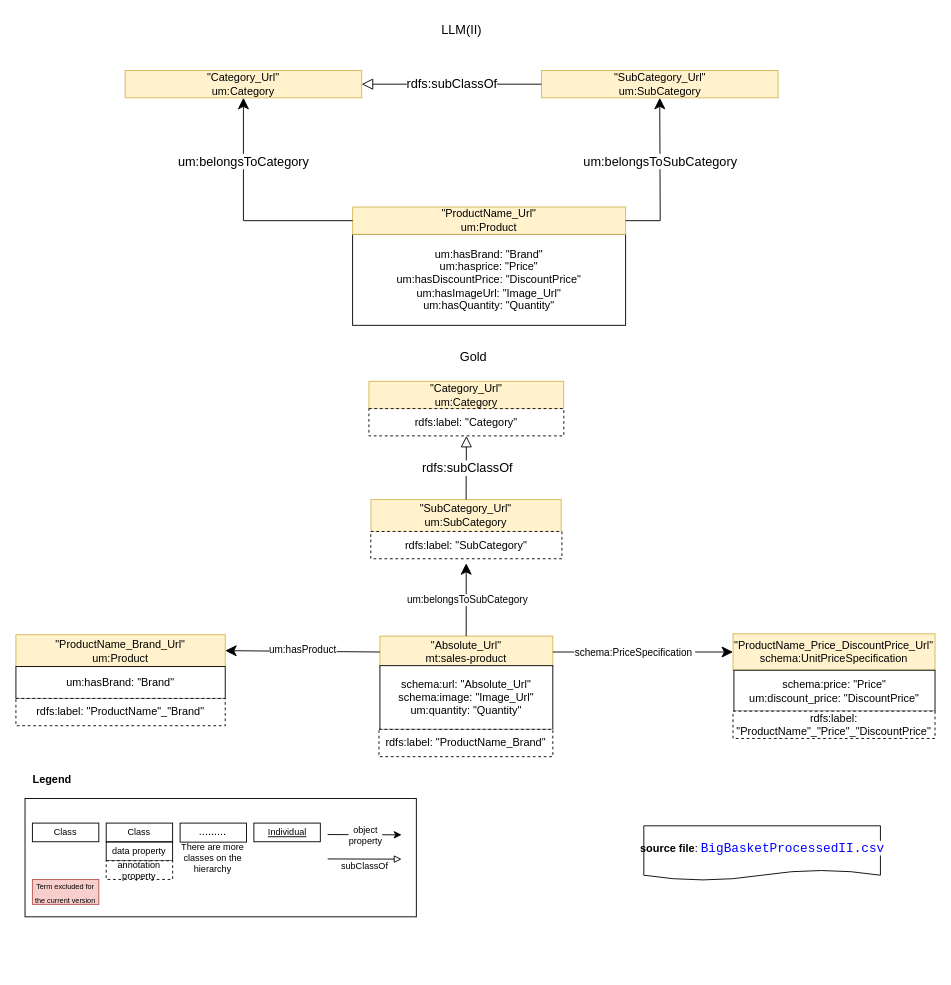
Before: page "Gold-LLM" (3 of 16) of BigBasketProducts/Figures/bigBasketProducts.drawio in tecnomod-um/EvaluationGraphAlignmentMethods, a draw.io diagram. Source tidied: cells renumbered, new cells numbered last; positions are measured from the earlier drawing's top-left corner, leaving out a move shared by most shapes. Both pictures are drawn from the tidied source at 91%, with x=0, y=0 at pixel (15, 15).
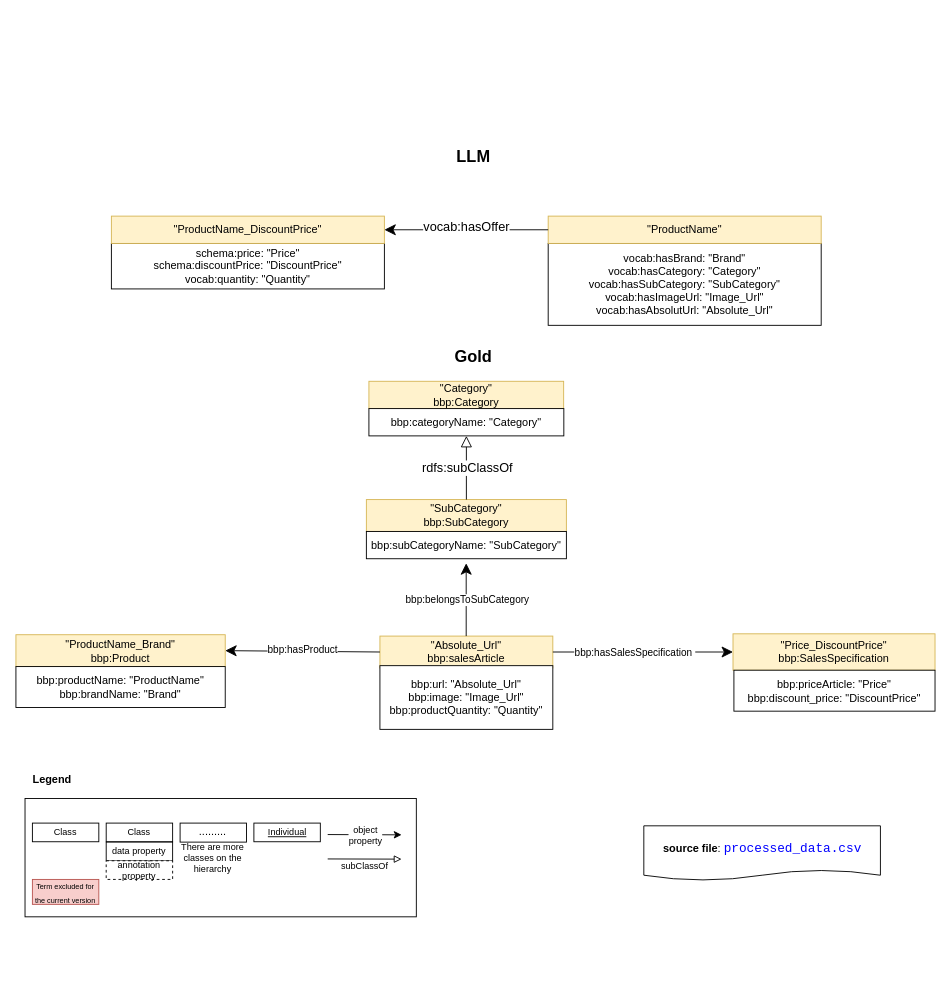
Above is the later version.

Change to the diagram source:
```diff
@@
-    <mxCell id="15" value="Gold" style="text;html=1;strokeColor=none;fillColor=none;align=center;verticalAlign=middle;whiteSpace=wrap;rounded=0;dashed=1;fontSize=14;" parent="1" vertex="1">
+    <mxCell id="15" value="&lt;font style=&quot;font-size: 18px;&quot;&gt;&lt;b style=&quot;&quot;&gt;Gold&lt;/b&gt;&lt;/font&gt;" style="text;html=1;strokeColor=none;fillColor=none;align=center;verticalAlign=middle;whiteSpace=wrap;rounded=0;dashed=1;fontSize=14;" parent="1" vertex="1">
       <mxGeometry x="472.8" y="360" width="60" height="30" as="geometry" />
     </mxCell>
-    <mxCell id="16" value="um:hasBrand: &quot;Brand&quot;&lt;br&gt;um:hasprice: &quot;Price&quot;&lt;br&gt;um:hasDiscountPrice: &quot;DiscountPrice&quot;&lt;br&gt;um:hasImageUrl: &quot;Image_Url&quot;&lt;br&gt;um:hasQuantity: &quot;Quantity&quot;" style="rounded=0;whiteSpace=wrap;html=1;" parent="1" vertex="1">
-      <mxGeometry x="370" y="240" width="300" height="100" as="geometry" />
-    </mxCell>
-    <mxCell id="17" value="&quot;ProductName_Url&quot;&lt;br&gt;um:Product" style="rounded=0;whiteSpace=wrap;html=1;labelBackgroundColor=none;fillColor=#fff2cc;strokeColor=#d6b656;noLabel=0;" parent="1" vertex="1">
-      <mxGeometry x="370" y="210" width="300" height="30" as="geometry" />
-    </mxCell>
-    <mxCell id="18" value="LLM(II)" style="text;html=1;strokeColor=none;fillColor=none;align=center;verticalAlign=middle;whiteSpace=wrap;rounded=0;dashed=1;fontSize=14;" parent="1" vertex="1">
-      <mxGeometry x="460" width="60" height="30" as="geometry" />
-    </mxCell>
-    <mxCell id="19" value="&quot;Category_Url&quot;&lt;br&gt;um:Category" style="rounded=0;whiteSpace=wrap;html=1;labelBackgroundColor=none;fillColor=#fff2cc;strokeColor=#d6b656;noLabel=0;" parent="1" vertex="1">
-      <mxGeometry x="120" y="60" width="260" height="30" as="geometry" />
-    </mxCell>
-    <mxCell id="20" value="&quot;SubCategory_Url&quot;&lt;br&gt;um:SubCategory" style="rounded=0;whiteSpace=wrap;html=1;labelBackgroundColor=none;fillColor=#fff2cc;strokeColor=#d6b656;noLabel=0;" parent="1" vertex="1">
-      <mxGeometry x="577.5" y="60" width="260" height="30" as="geometry" />
-    </mxCell>
-    <mxCell id="21" value="um:belongsToCategory" style="endArrow=classic;html=1;rounded=0;fontSize=14;entryX=0.5;entryY=1;entryDx=0;entryDy=0;exitX=0;exitY=0.5;exitDx=0;exitDy=0;endSize=10;" parent="1" edge="1" source="17" target="19">
-      <mxGeometry x="0.45" relative="1" as="geometry">
-        <Array as="points">
-          <mxPoint x="250" y="225" />
-        </Array>
-      </mxGeometry>
-    </mxCell>
-    <mxCell id="22" value="um:belongsToSubCategory" style="endArrow=classic;html=1;rounded=0;fontSize=14;entryX=0.5;entryY=1;entryDx=0;entryDy=0;exitX=1;exitY=0.5;exitDx=0;exitDy=0;endSize=10;" parent="1" edge="1" source="17" target="20">
-      <mxGeometry x="0.19" relative="1" as="geometry">
-        <Array as="points">
-          <mxPoint x="708" y="225" />
-        </Array>
-      </mxGeometry>
-    </mxCell>
-    <mxCell id="23" value="rdfs:subClassOf" style="endArrow=block;html=1;rounded=0;fontSize=14;entryX=1;entryY=0.5;entryDx=0;entryDy=0;exitX=0;exitY=0.5;exitDx=0;exitDy=0;endFill=0;strokeWidth=1;endSize=10;" parent="1" edge="1" source="20" target="19">
-      <mxGeometry relative="1" as="geometry" />
-    </mxCell>
-    <mxCell id="24" value="&quot;Absolute_Url&quot;&lt;br&gt;mt:sales-product" style="rounded=0;whiteSpace=wrap;html=1;labelBackgroundColor=none;fillColor=#fff2cc;strokeColor=#d6b656;noLabel=0;" parent="1" vertex="1">
-      <mxGeometry x="400" y="681.5" width="190" height="35" as="geometry" />
-    </mxCell>
-    <mxCell id="25" value="&quot;ProductName_Price_DiscountPrice_Url&quot;&lt;br&gt;schema:UnitPriceSpecification" style="rounded=0;whiteSpace=wrap;html=1;labelBackgroundColor=none;fillColor=#fff2cc;strokeColor=#d6b656;noLabel=0;" parent="1" vertex="1">
-      <mxGeometry x="788" y="679" width="222" height="40" as="geometry" />
-    </mxCell>
-    <mxCell id="26" style="endArrow=classic;html=1;exitX=1;exitY=0.5;exitDx=0;exitDy=0;entryX=0;entryY=0.5;entryDx=0;entryDy=0;rounded=0;endSize=10;startArrow=none;startFill=0;targetPerimeterSpacing=10;" parent="1" edge="1" source="24" target="25">
-      <mxGeometry relative="1" as="geometry" />
-    </mxCell>
-    <mxCell id="27" value="schema:PriceSpecification&amp;nbsp;" style="edgeLabel;html=1;align=center;verticalAlign=middle;" parent="26" vertex="1">
-      <mxGeometry x="-0.29" relative="1" as="geometry">
-        <mxPoint x="19" as="offset" />
-      </mxGeometry>
-    </mxCell>
-    <mxCell id="28" value="schema:price: &quot;Price&quot;&lt;br&gt;um:discount_price: &quot;DiscountPrice&quot;" style="rounded=0;whiteSpace=wrap;html=1;" parent="1" vertex="1">
-      <mxGeometry x="789" y="719" width="221" height="45" as="geometry" />
-    </mxCell>
-    <mxCell id="29" value="&quot;ProductName_Brand_Url&quot;&lt;br&gt;um:Product" style="rounded=0;whiteSpace=wrap;html=1;labelBackgroundColor=none;fillColor=#fff2cc;strokeColor=#d6b656;noLabel=0;" parent="1" vertex="1">
-      <mxGeometry y="680" width="230" height="35" as="geometry" />
-    </mxCell>
-    <mxCell id="30" value="um:hasBrand: &quot;Brand&quot;" style="rounded=0;whiteSpace=wrap;html=1;" parent="1" vertex="1">
-      <mxGeometry y="715" width="230" height="35" as="geometry" />
-    </mxCell>
-    <mxCell id="31" value="um:hasProduct" style="endArrow=classic;html=1;exitX=0;exitY=0.5;exitDx=0;exitDy=0;entryX=1;entryY=0.5;entryDx=0;entryDy=0;rounded=0;endSize=10;startArrow=none;startFill=0;startSize=7;" parent="1" edge="1" source="24" target="29">
-      <mxGeometry y="-1" relative="1" as="geometry" />
-    </mxCell>
-    <mxCell id="32" value="schema:url: &quot;Absolute_Url&quot;&lt;br&gt;schema:image: &quot;Image_Url&quot;&lt;br&gt;um:quantity: &quot;Quantity&quot;" style="rounded=0;whiteSpace=wrap;html=1;" parent="1" vertex="1">
-      <mxGeometry x="400" y="714" width="190" height="70" as="geometry" />
-    </mxCell>
-    <mxCell id="33" value="&quot;Category_Url&quot;&lt;br&gt;um:Category" style="rounded=0;whiteSpace=wrap;html=1;labelBackgroundColor=none;fillColor=#fff2cc;strokeColor=#d6b656;noLabel=0;" parent="1" vertex="1">
-      <mxGeometry x="387.9" y="401.5" width="214" height="30" as="geometry" />
-    </mxCell>
-    <mxCell id="34" value="&quot;SubCategory_Url&quot;&lt;br&gt;um:SubCategory" style="rounded=0;whiteSpace=wrap;html=1;labelBackgroundColor=none;fillColor=#fff2cc;strokeColor=#d6b656;noLabel=0;" parent="1" vertex="1">
-      <mxGeometry x="390.2" y="531.5" width="209" height="35" as="geometry" />
-    </mxCell>
-    <mxCell id="35" value="um:belongsToSubCategory" style="endArrow=classic;html=1;exitX=0.5;exitY=0;exitDx=0;exitDy=0;entryX=0.5;entryY=1;entryDx=0;entryDy=0;rounded=0;endSize=10;startArrow=none;startFill=0;startSize=7;" parent="1" edge="1">
-      <mxGeometry y="-1" relative="1" as="geometry">
-        <mxPoint x="494.8" y="681.5" as="sourcePoint" />
-        <mxPoint x="494.8" y="601.5" as="targetPoint" />
-      </mxGeometry>
-    </mxCell>
+    <mxCell id="43" value="&quot;Absolute_Url&quot;&lt;br&gt;bbp:salesArticle" style="rounded=0;whiteSpace=wrap;html=1;labelBackgroundColor=none;fillColor=#fff2cc;strokeColor=#d6b656;noLabel=0;" parent="1" vertex="1">
+      <mxGeometry x="400" y="681.5" width="190" height="35" as="geometry" />
+    </mxCell>
+    <mxCell id="44" value="&quot;Price_DiscountPrice&quot;&lt;br&gt;bbp:SalesSpecification" style="rounded=0;whiteSpace=wrap;html=1;labelBackgroundColor=none;fillColor=#fff2cc;strokeColor=#d6b656;noLabel=0;" parent="1" vertex="1">
+      <mxGeometry x="788" y="679" width="222" height="40" as="geometry" />
+    </mxCell>
+    <mxCell id="45" style="endArrow=classic;html=1;exitX=1;exitY=0.5;exitDx=0;exitDy=0;entryX=0;entryY=0.5;entryDx=0;entryDy=0;rounded=0;endSize=10;startArrow=none;startFill=0;targetPerimeterSpacing=10;" parent="1" edge="1" source="43" target="44">
+      <mxGeometry relative="1" as="geometry" />
+    </mxCell>
+    <mxCell id="46" value="bbp:hasSalesSpecification&amp;nbsp;" style="edgeLabel;html=1;align=center;verticalAlign=middle;" parent="45" vertex="1">
+      <mxGeometry x="-0.29" relative="1" as="geometry">
+        <mxPoint x="19" as="offset" />
+      </mxGeometry>
+    </mxCell>
+    <mxCell id="47" value="bbp:priceArticle: &quot;Price&quot;&lt;br&gt;bbp:discount_price: &quot;DiscountPrice&quot;" style="rounded=0;whiteSpace=wrap;html=1;" parent="1" vertex="1">
+      <mxGeometry x="789" y="719" width="221" height="45" as="geometry" />
+    </mxCell>
+    <mxCell id="48" value="&quot;ProductName_Brand&quot;&lt;br&gt;bbp:Product" style="rounded=0;whiteSpace=wrap;html=1;labelBackgroundColor=none;fillColor=#fff2cc;strokeColor=#d6b656;noLabel=0;" parent="1" vertex="1">
+      <mxGeometry y="680" width="230" height="35" as="geometry" />
+    </mxCell>
+    <mxCell id="49" value="bbp:productName: &quot;ProductName&quot;&lt;br&gt;bbp:brandName: &quot;Brand&quot;" style="rounded=0;whiteSpace=wrap;html=1;" parent="1" vertex="1">
+      <mxGeometry y="715" width="230" height="45" as="geometry" />
+    </mxCell>
+    <mxCell id="50" value="bbp:hasProduct" style="endArrow=classic;html=1;exitX=0;exitY=0.5;exitDx=0;exitDy=0;entryX=1;entryY=0.5;entryDx=0;entryDy=0;rounded=0;endSize=10;startArrow=none;startFill=0;startSize=7;" parent="1" edge="1" source="43" target="48">
+      <mxGeometry y="-1" relative="1" as="geometry" />
+    </mxCell>
+    <mxCell id="51" value="bbp:url: &quot;Absolute_Url&quot;&lt;br&gt;bbp:image: &quot;Image_Url&quot;&lt;br&gt;bbp:productQuantity: &quot;Quantity&quot;" style="rounded=0;whiteSpace=wrap;html=1;" parent="1" vertex="1">
+      <mxGeometry x="400" y="714" width="190" height="70" as="geometry" />
+    </mxCell>
+    <mxCell id="52" value="&quot;Category&quot;&lt;br&gt;bbp:Category" style="rounded=0;whiteSpace=wrap;html=1;labelBackgroundColor=none;fillColor=#fff2cc;strokeColor=#d6b656;noLabel=0;" parent="1" vertex="1">
+      <mxGeometry x="387.9" y="401.5" width="214" height="30" as="geometry" />
+    </mxCell>
+    <mxCell id="53" value="&quot;SubCategory&quot;&lt;br&gt;bbp:SubCategory" style="rounded=0;whiteSpace=wrap;html=1;labelBackgroundColor=none;fillColor=#fff2cc;strokeColor=#d6b656;noLabel=0;" parent="1" vertex="1">
+      <mxGeometry x="385.1" y="531.5" width="219.8" height="35" as="geometry" />
+    </mxCell>
+    <mxCell id="54" value="bbp:belongsToSubCategory" style="endArrow=classic;html=1;exitX=0.5;exitY=0;exitDx=0;exitDy=0;entryX=0.5;entryY=1;entryDx=0;entryDy=0;rounded=0;endSize=10;startArrow=none;startFill=0;startSize=7;" parent="1" edge="1">
+      <mxGeometry y="-1" relative="1" as="geometry">
+        <mxPoint x="494.8" y="681.5" as="sourcePoint" />
+        <mxPoint x="494.8" y="601.5" as="targetPoint" />
+      </mxGeometry>
+    </mxCell>
-    <mxCell id="36" value="rdfs:subClassOf" style="endArrow=block;html=1;exitX=0.5;exitY=0;exitDx=0;exitDy=0;rounded=0;endSize=10;startArrow=none;startFill=0;startSize=7;fontSize=14;endFill=0;strokeWidth=1;entryX=0.5;entryY=1;entryDx=0;entryDy=0;" parent="1" edge="1" source="34" target="40">
+    <mxCell id="36" value="rdfs:subClassOf" style="endArrow=block;html=1;exitX=0.5;exitY=0;exitDx=0;exitDy=0;rounded=0;endSize=10;startArrow=none;startFill=0;startSize=7;fontSize=14;endFill=0;strokeWidth=1;entryX=0.5;entryY=1;entryDx=0;entryDy=0;" parent="1" edge="1" source="53" target="55">
       <mxGeometry y="-1" relative="1" as="geometry" />
     </mxCell>
-    <mxCell id="37" value="rdfs:label: &quot;ProductName&quot;_&quot;Brand&quot;" style="rounded=0;whiteSpace=wrap;html=1;dashed=1;" parent="1" vertex="1">
-      <mxGeometry y="750" width="230" height="30" as="geometry" />
-    </mxCell>
-    <mxCell id="38" value="rdfs:label: &quot;ProductName_Brand&quot;" style="rounded=0;whiteSpace=wrap;html=1;dashed=1;" parent="1" vertex="1">
-      <mxGeometry x="399" y="784" width="191" height="30" as="geometry" />
-    </mxCell>
-    <mxCell id="39" value="rdfs:label: &quot;ProductName&quot;_&quot;Price&quot;_&quot;DiscountPrice&quot;" style="rounded=0;whiteSpace=wrap;html=1;dashed=1;" parent="1" vertex="1">
-      <mxGeometry x="788" y="764" width="222" height="30" as="geometry" />
-    </mxCell>
-    <mxCell id="40" value="rdfs:label: &quot;Category&quot;" style="rounded=0;whiteSpace=wrap;html=1;dashed=1;" parent="1" vertex="1">
-      <mxGeometry x="387.9" y="431.5" width="214.2" height="30" as="geometry" />
-    </mxCell>
-    <mxCell id="41" value="rdfs:label: &quot;SubCategory&quot;" style="rounded=0;whiteSpace=wrap;html=1;dashed=1;" parent="1" vertex="1">
-      <mxGeometry x="390" y="566.5" width="210" height="30" as="geometry" />
-    </mxCell>
-    <mxCell id="42" value="&lt;b style=&quot;font-family: helvetica; text-align: left; background-color: initial;&quot;&gt;source file&lt;/b&gt;&lt;span style=&quot;font-family: helvetica; text-align: left; background-color: initial;&quot;&gt;:&amp;nbsp;&lt;/span&gt;&lt;span style=&quot;color: rgb(0, 0, 255); background-color: rgb(255, 255, 255); font-family: Consolas, &amp;quot;Courier New&amp;quot;, monospace; font-size: 14px;&quot;&gt;BigBasketProcessedII.csv&lt;/span&gt;" style="shape=document;html=1;boundedLbl=1;rounded=0;sketch=0;flipH=0;flipV=0;labelPosition=center;verticalLabelPosition=middle;align=center;verticalAlign=middle;spacingLeft=0;size=0.19093851132686085;labelBackgroundColor=none;" parent="1" vertex="1">
-      <mxGeometry x="690" y="890" width="260" height="60" as="geometry" />
-    </mxCell>
+    <mxCell id="55" value="bbp:categoryName: &quot;Category&quot;" style="rounded=0;whiteSpace=wrap;html=1;" parent="1" vertex="1">
+      <mxGeometry x="387.9" y="431.5" width="214.2" height="30" as="geometry" />
+    </mxCell>
+    <mxCell id="56" value="bbp:subCategoryName: &quot;SubCategory&quot;" style="rounded=0;whiteSpace=wrap;html=1;" parent="1" vertex="1">
+      <mxGeometry x="385.1" y="566.5" width="219.8" height="30" as="geometry" />
+    </mxCell>
+    <mxCell id="57" value="&lt;b style=&quot;font-family: helvetica; text-align: left; background-color: initial;&quot;&gt;source file&lt;/b&gt;&lt;span style=&quot;font-family: helvetica; text-align: left; background-color: initial;&quot;&gt;: &lt;/span&gt;&lt;span style=&quot;color: rgb(0, 0, 255); background-color: rgb(255, 255, 255); font-family: Consolas, &amp;quot;Courier New&amp;quot;, monospace; font-size: 14px;&quot;&gt;processed_data.csv&lt;/span&gt;" style="shape=document;html=1;boundedLbl=1;rounded=0;sketch=0;flipH=0;flipV=0;labelPosition=center;verticalLabelPosition=middle;align=center;verticalAlign=middle;spacingLeft=0;size=0.19093851132686085;labelBackgroundColor=none;" parent="1" vertex="1">
+      <mxGeometry x="690" y="890" width="260" height="60" as="geometry" />
+    </mxCell>
+    <mxCell id="58" value="vocab:hasBrand: &quot;Brand&quot;&lt;br&gt;vocab:hasCategory: &quot;Category&quot;&lt;br&gt;vocab:hasSubCategory: &quot;SubCategory&quot;&lt;br&gt;vocab:hasImageUrl: &quot;Image_Url&quot;&lt;br&gt;vocab:hasAbsolutUrl: &quot;Absolute_Url&quot;" style="rounded=0;whiteSpace=wrap;html=1;" parent="1" vertex="1">
+      <mxGeometry x="584.9" y="250" width="300" height="90" as="geometry" />
+    </mxCell>
+    <mxCell id="59" value="&quot;ProductName&quot;" style="rounded=0;whiteSpace=wrap;html=1;labelBackgroundColor=none;fillColor=#fff2cc;strokeColor=#d6b656;noLabel=0;" parent="1" vertex="1">
+      <mxGeometry x="584.9" y="220" width="300" height="30" as="geometry" />
+    </mxCell>
+    <mxCell id="60" value="&lt;font style=&quot;font-size: 18px;&quot;&gt;&lt;b&gt;LLM&lt;/b&gt;&lt;/font&gt;" style="text;html=1;strokeColor=none;fillColor=none;align=center;verticalAlign=middle;whiteSpace=wrap;rounded=0;dashed=1;fontSize=14;" parent="1" vertex="1">
+      <mxGeometry x="472.8" y="140" width="60" height="30" as="geometry" />
+    </mxCell>
+    <mxCell id="61" value="vocab:hasOffer" style="endArrow=classic;html=1;rounded=0;fontSize=14;exitX=0;exitY=0.5;exitDx=0;exitDy=0;endSize=10;" parent="1" edge="1" source="59" target="63">
+      <mxGeometry y="-2" relative="1" as="geometry">
+        <mxPoint y="-1" as="offset" />
+      </mxGeometry>
+    </mxCell>
+    <mxCell id="62" value="schema:price: &quot;Price&quot;&lt;br&gt;schema:discountPrice: &quot;DiscountPrice&quot;&lt;br&gt;vocab:quantity: &quot;Quantity&quot;" style="rounded=0;whiteSpace=wrap;html=1;" parent="1" vertex="1">
+      <mxGeometry x="104.9" y="250" width="300" height="50" as="geometry" />
+    </mxCell>
+    <mxCell id="63" value="&quot;ProductName_DiscountPrice&quot;" style="rounded=0;whiteSpace=wrap;html=1;labelBackgroundColor=none;fillColor=#fff2cc;strokeColor=#d6b656;noLabel=0;" parent="1" vertex="1">
+      <mxGeometry x="104.9" y="220" width="300" height="30" as="geometry" />
+    </mxCell>
```
